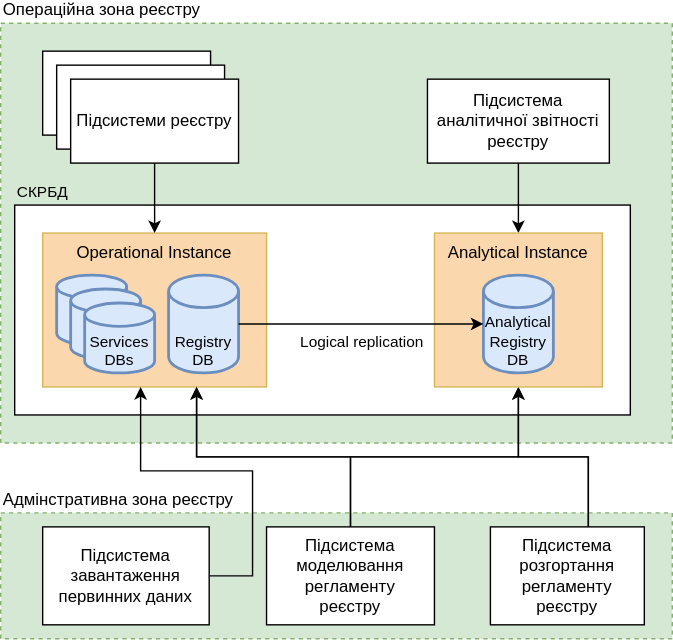
This is docs/ua/modules/arch/images/architecture/registry/operational/relational-data-storage/registry-rdbms.svg from epam/edp-ddm-architecture, a draw.io export, as it was before one commit. Source tidied: cells renumbered, new cells last; positions are measured from the earlier drawing's top-left corner, leaving out a move shared by most shapes.
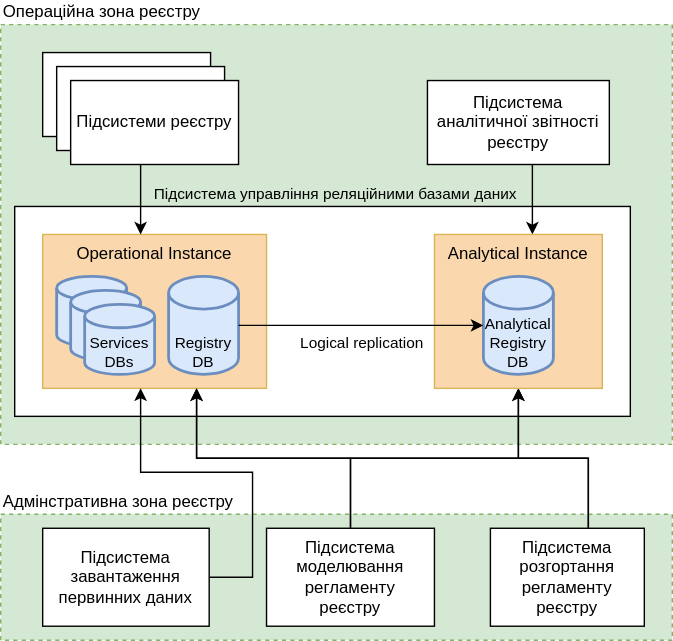
After the change.

Commit message:
[EDP-DDM-25261] RDBMS. addressing feedback

The edit, as a diff of the source:
```diff
@@ -8,7 +8,7 @@
     <mxCell id="3" value="Операційна зона реєстру" style="rounded=0;whiteSpace=wrap;html=1;fillColor=#d5e8d4;strokeColor=#82b366;labelPosition=center;verticalLabelPosition=top;align=left;verticalAlign=bottom;dashed=1;" parent="1" vertex="1">
       <mxGeometry width="480" height="300" as="geometry" />
     </mxCell>
-    <mxCell id="4" value="СКРБД" style="rounded=0;whiteSpace=wrap;html=1;labelBackgroundColor=none;fontSize=11;labelPosition=center;verticalLabelPosition=top;align=left;verticalAlign=bottom;" parent="1" vertex="1">
+    <mxCell id="4" value="Підсистема управління реляційними базами даних" style="rounded=0;whiteSpace=wrap;html=1;labelBackgroundColor=none;fontSize=11;labelPosition=center;verticalLabelPosition=top;align=center;verticalAlign=bottom;spacing=2;spacingRight=0;spacingLeft=19;" parent="1" vertex="1">
       <mxGeometry x="10" y="130" width="440" height="150" as="geometry" />
     </mxCell>
     <mxCell id="5" value="Operational Instance" style="rounded=0;whiteSpace=wrap;html=1;verticalAlign=top;fillColor=#FAD7AC;strokeColor=#d6b656;" parent="1" vertex="1">
@@ -75,7 +75,12 @@
       <mxGeometry x="190" y="360" width="120" height="70" as="geometry" />
     </mxCell>
     <mxCell id="19" style="edgeStyle=orthogonalEdgeStyle;rounded=0;jumpStyle=gap;html=1;labelBackgroundColor=none;labelBorderColor=none;fontSize=11;" parent="1" edge="1" source="20" target="21">
-      <mxGeometry relative="1" as="geometry" />
+      <mxGeometry relative="1" as="geometry">
+        <Array as="points">
+          <mxPoint x="380" y="120" />
+          <mxPoint x="380" y="120" />
+        </Array>
+      </mxGeometry>
     </mxCell>
     <mxCell id="20" value="Підсистема &lt;br&gt;аналітичної звітності реєстру" style="rounded=0;whiteSpace=wrap;html=1;" parent="1" vertex="1">
       <mxGeometry x="305" y="40" width="130" height="60" as="geometry" />
@@ -93,7 +98,12 @@
       <mxGeometry x="40" y="30" width="120" height="60" as="geometry" />
     </mxCell>
     <mxCell id="25" style="edgeStyle=orthogonalEdgeStyle;rounded=0;jumpStyle=gap;html=1;labelBackgroundColor=none;labelBorderColor=none;fontSize=11;" parent="1" edge="1" source="26" target="5">
-      <mxGeometry relative="1" as="geometry" />
+      <mxGeometry relative="1" as="geometry">
+        <Array as="points">
+          <mxPoint x="100" y="130" />
+          <mxPoint x="100" y="130" />
+        </Array>
+      </mxGeometry>
     </mxCell>
     <mxCell id="26" value="Підсистеми реєстру" style="rounded=0;whiteSpace=wrap;html=1;labelBackgroundColor=none;fontSize=12;" parent="1" vertex="1">
       <mxGeometry x="50" y="40" width="120" height="60" as="geometry" />
```
